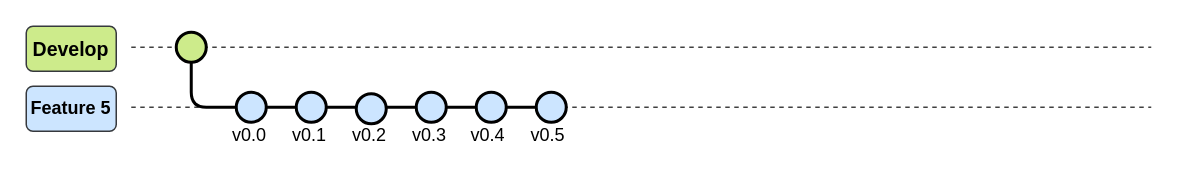
The draw.io diagram page "Feature5" (2 of 2) of 03_ImagenesRepo/01_GitFlow.drawio in LEOSZ8/Tesis_Msc_LSZ, before the edit. Source tidied: cells renumbered, new cells numbered last; positions are measured from the earlier drawing's top-left corner, leaving out a move shared by most shapes. Both pictures are drawn from the tidied source at 150%, with x=0, y=0 at pixel (26, 26).
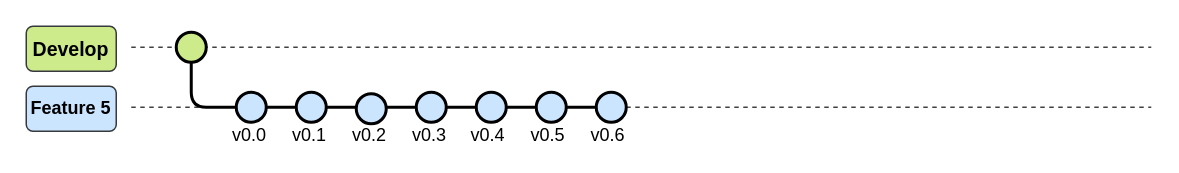
The same page after the edit.

Unchanged cells that the change refers to:
```xml
<mxCell id="23" style="ellipse;whiteSpace=wrap;html=1;fillColor=#cce5ff;strokeColor=#000000;strokeWidth=2;" parent="1" vertex="1">
  <mxGeometry x="340" y="44" width="20" height="20" as="geometry" />
</mxCell>
```

Diff of the diagram source:
```diff
@@
+    <mxCell id="25" style="edgeStyle=orthogonalEdgeStyle;rounded=0;jettySize=auto;html=1;strokeWidth=2;endArrow=none;startFill=0;" parent="1" edge="1" source="23" target="26">
+      <mxGeometry relative="1" as="geometry" />
+    </mxCell>
@@
+    <mxCell id="26" style="ellipse;whiteSpace=wrap;html=1;fillColor=#cce5ff;strokeColor=#000000;strokeWidth=2;" parent="1" vertex="1">
+      <mxGeometry x="380" y="44" width="20" height="20" as="geometry" />
+    </mxCell>
+    <mxCell id="27" value="v0.6" style="text;html=1;align=center;verticalAlign=middle;whiteSpace=wrap;rounded=0;" parent="1" vertex="1">
+      <mxGeometry x="373" y="67" width="30" height="12" as="geometry" />
+    </mxCell>
```
